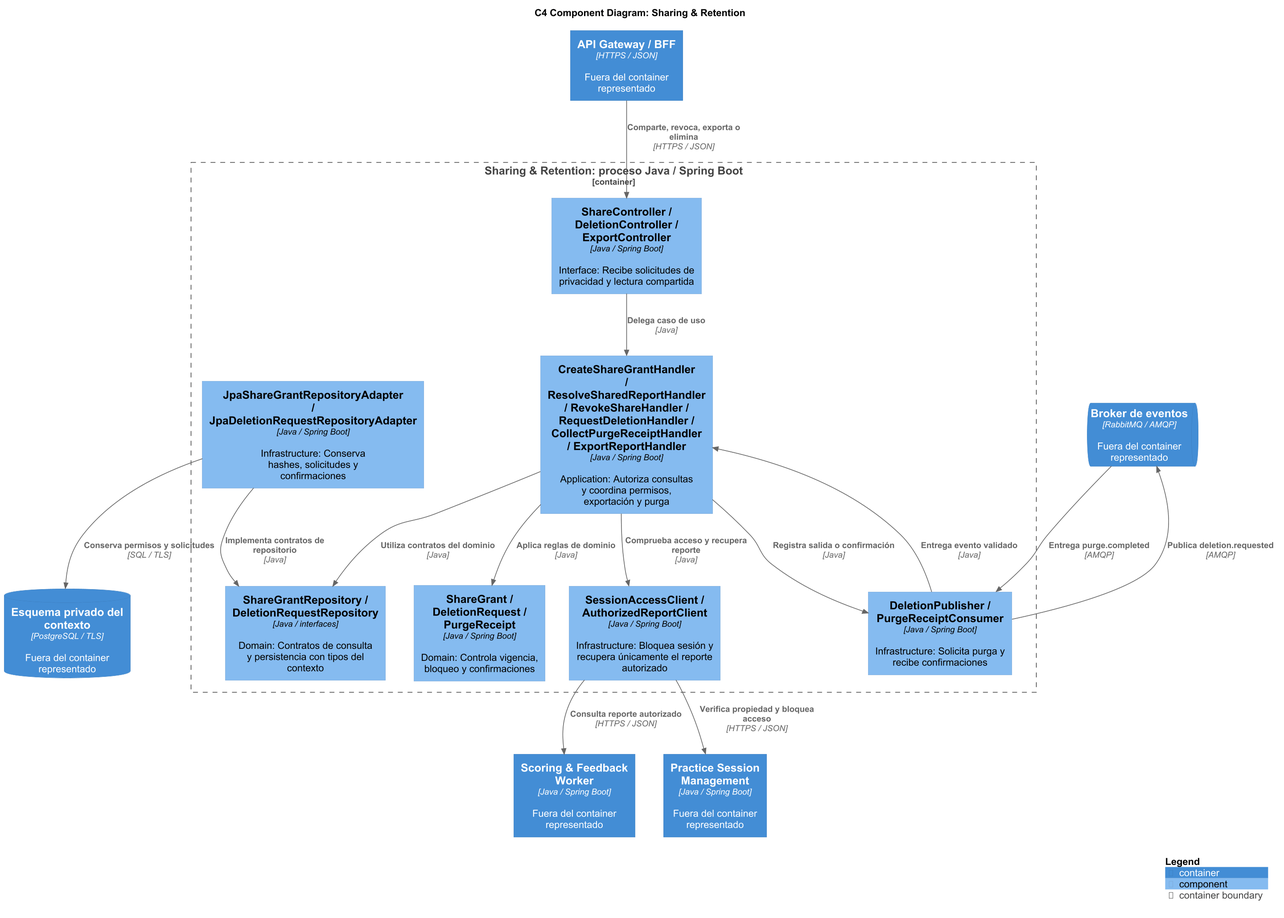
This is assets/diagrams/tactical/06-sharing-retention-components.png from upc-pre-202620-si728-16365-thropic/talki-project-report, a PlantUML export, as it was before one commit.
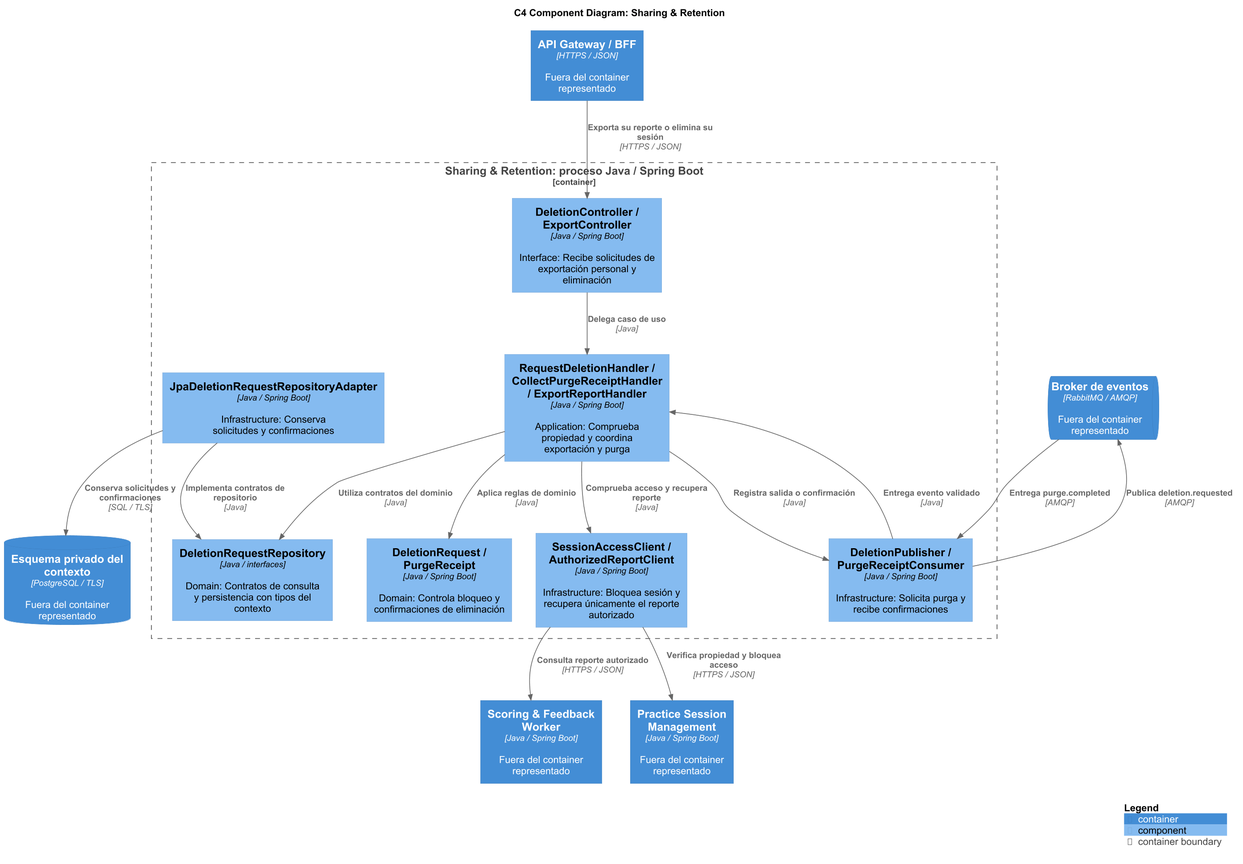
The same diagram one commit later.

The edit, as a diff of the source:
```diff
@@ -10,11 +10,11 @@
 Container(scoring, "Scoring & Feedback Worker", "Java / Spring Boot", "Fuera del container representado")
 Container(sessions, "Practice Session Management", "Java / Spring Boot", "Fuera del container representado")
 Container_Boundary(scope, "Sharing & Retention: proceso Java / Spring Boot") {
-  Component(api, "ShareController / DeletionController / ExportController", "Java / Spring Boot", "Interface: Recibe solicitudes de privacidad y lectura compartida")
-  Component(app, "CreateShareGrantHandler / ResolveSharedReportHandler / RevokeShareHandler / RequestDeletionHandler / CollectPurgeReceiptHandler / ExportReportHandler", "Java / Spring Boot", "Application: Autoriza consultas y coordina permisos, exportación y purga")
-  Component(rules, "ShareGrant / DeletionRequest / PurgeReceipt", "Java / Spring Boot", "Domain: Controla vigencia, bloqueo y confirmaciones")
-  Component(ports, "ShareGrantRepository / DeletionRequestRepository", "Java / interfaces", "Domain: Contratos de consulta y persistencia con tipos del contexto")
-  Component(repo, "JpaShareGrantRepositoryAdapter / JpaDeletionRequestRepositoryAdapter", "Java / Spring Boot", "Infrastructure: Conserva hashes, solicitudes y confirmaciones")
+  Component(api, "DeletionController / ExportController", "Java / Spring Boot", "Interface: Recibe solicitudes de exportación personal y eliminación")
+  Component(app, "RequestDeletionHandler / CollectPurgeReceiptHandler / ExportReportHandler", "Java / Spring Boot", "Application: Comprueba propiedad y coordina exportación y purga")
+  Component(rules, "DeletionRequest / PurgeReceipt", "Java / Spring Boot", "Domain: Controla bloqueo y confirmaciones de eliminación")
+  Component(ports, "DeletionRequestRepository", "Java / interfaces", "Domain: Contratos de consulta y persistencia con tipos del contexto")
+  Component(repo, "JpaDeletionRequestRepositoryAdapter", "Java / Spring Boot", "Infrastructure: Conserva solicitudes y confirmaciones")
   Component(messaging, "DeletionPublisher / PurgeReceiptConsumer", "Java / Spring Boot", "Infrastructure: Solicita purga y recibe confirmaciones")
   Component(clients, "SessionAccessClient / AuthorizedReportClient", "Java / Spring Boot", "Infrastructure: Bloquea sesión y recupera únicamente el reporte autorizado")
 }
@@ -25,8 +25,8 @@
 Rel(repo, ports, "Implementa contratos de repositorio", "Java")
 Rel(app, clients, "Comprueba acceso y recupera reporte", "Java")
 Rel(app, messaging, "Registra salida o confirmación", "Java")
-Rel(bff, api, "Comparte, revoca, exporta o elimina", "HTTPS / JSON")
-Rel(repo, db, "Conserva permisos y solicitudes", "SQL / TLS")
+Rel(bff, api, "Exporta su reporte o elimina su sesión", "HTTPS / JSON")
+Rel(repo, db, "Conserva solicitudes y confirmaciones", "SQL / TLS")
 Rel(messaging, bus, "Publica deletion.requested", "AMQP")
 Rel(bus, messaging, "Entrega purge.completed", "AMQP")
 Rel(clients, sessions, "Verifica propiedad y bloquea acceso", "HTTPS / JSON")
```
